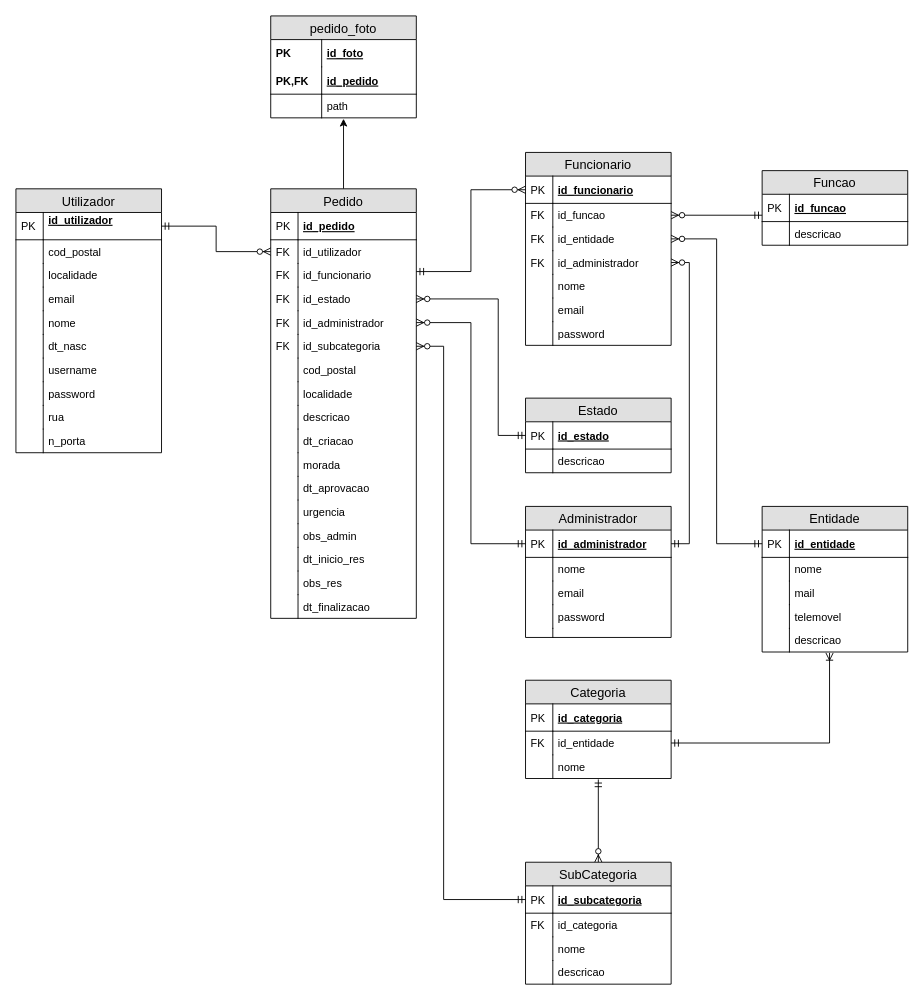
This is Proj1Atualizado/ModeloERNormalizado/ModeloERNormalizado.drawio from GabrielGoncalvesSousa/proj2, a draw.io file, before an edit. Source tidied: cells renumbered, new cells numbered last; positions are measured from the earlier drawing's top-left corner, leaving out a move shared by most shapes. Both pictures are drawn from the tidied source at 91%, with x=0, y=0 at pixel (15, 15).
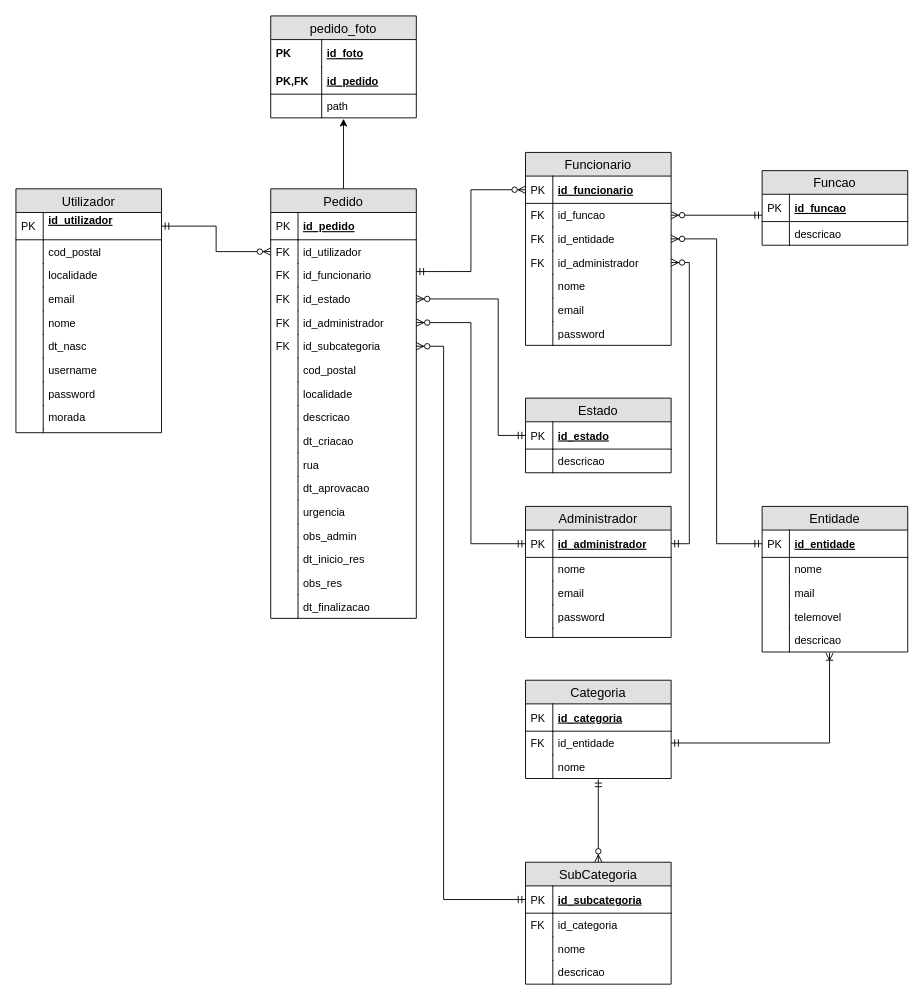
The same diagram, later.

Unchanged cells that the change refers to:
```xml
<mxCell id="39" value="Pedido" style="swimlane;fontStyle=0;horizontal=1;startSize=26;fillColor=#e0e0e0;swimlaneFillColor=#ffffff;align=center;fontSize=14;comic=0;" parent="1" vertex="1">
  <mxGeometry x="280" y="190" width="160" height="472" as="geometry" />
</mxCell>
```

Change to the diagram source:
```diff
@@
     <mxCell id="2" value="Utilizador" style="swimlane;fontStyle=0;horizontal=1;startSize=26;fillColor=#e0e0e0;swimlaneFillColor=#ffffff;align=center;fontSize=14;" parent="1" vertex="1">
-      <mxGeometry y="190" width="160" height="290" as="geometry" />
+      <mxGeometry y="190" width="160" height="268" as="geometry" />
     </mxCell>
@@
-    <mxCell id="19" value="rua" style="shape=partialRectangle;top=0;left=0;right=0;bottom=0;align=left;verticalAlign=top;fillColor=none;spacingLeft=34;spacingRight=4;overflow=hidden;fontSize=12;" parent="2" vertex="1">
+    <mxCell id="19" value="morada" style="shape=partialRectangle;top=0;left=0;right=0;bottom=0;align=left;verticalAlign=top;fillColor=none;spacingLeft=34;spacingRight=4;overflow=hidden;fontSize=12;" parent="2" vertex="1">
       <mxGeometry y="238" width="160" height="26" as="geometry" />
     </mxCell>
@@
-    <mxCell id="21" value="n_porta" style="shape=partialRectangle;top=0;left=0;right=0;bottom=0;align=left;verticalAlign=top;fillColor=none;spacingLeft=34;spacingRight=4;overflow=hidden;fontSize=12;" parent="2" vertex="1">
-      <mxGeometry y="264" width="160" height="26" as="geometry" />
+    <mxCell id="21" style="shape=partialRectangle;top=0;left=0;right=0;bottom=0;align=left;verticalAlign=top;fillColor=none;spacingLeft=34;spacingRight=4;overflow=hidden;fontSize=12;" parent="2" vertex="1">
+      <mxGeometry y="264" width="160" height="4" as="geometry" />
     </mxCell>
     <mxCell id="22" style="shape=partialRectangle;top=0;left=0;bottom=0;fillColor=none;align=left;verticalAlign=top;spacingLeft=4;spacingRight=4;overflow=hidden;fontSize=12;" parent="21" vertex="1">
-      <mxGeometry width="30" height="26" as="geometry" />
+      <mxGeometry width="30" height="4" as="geometry" />
     </mxCell>
@@
-    <mxCell id="60" value="morada" style="shape=partialRectangle;top=0;left=0;right=0;bottom=0;align=left;verticalAlign=top;fillColor=none;spacingLeft=34;spacingRight=4;overflow=hidden;fontSize=12;" parent="39" vertex="1">
+    <mxCell id="60" value="rua" style="shape=partialRectangle;top=0;left=0;right=0;bottom=0;align=left;verticalAlign=top;fillColor=none;spacingLeft=34;spacingRight=4;overflow=hidden;fontSize=12;" parent="39" vertex="1">
       <mxGeometry y="290" width="160" height="26" as="geometry" />
     </mxCell>
```
